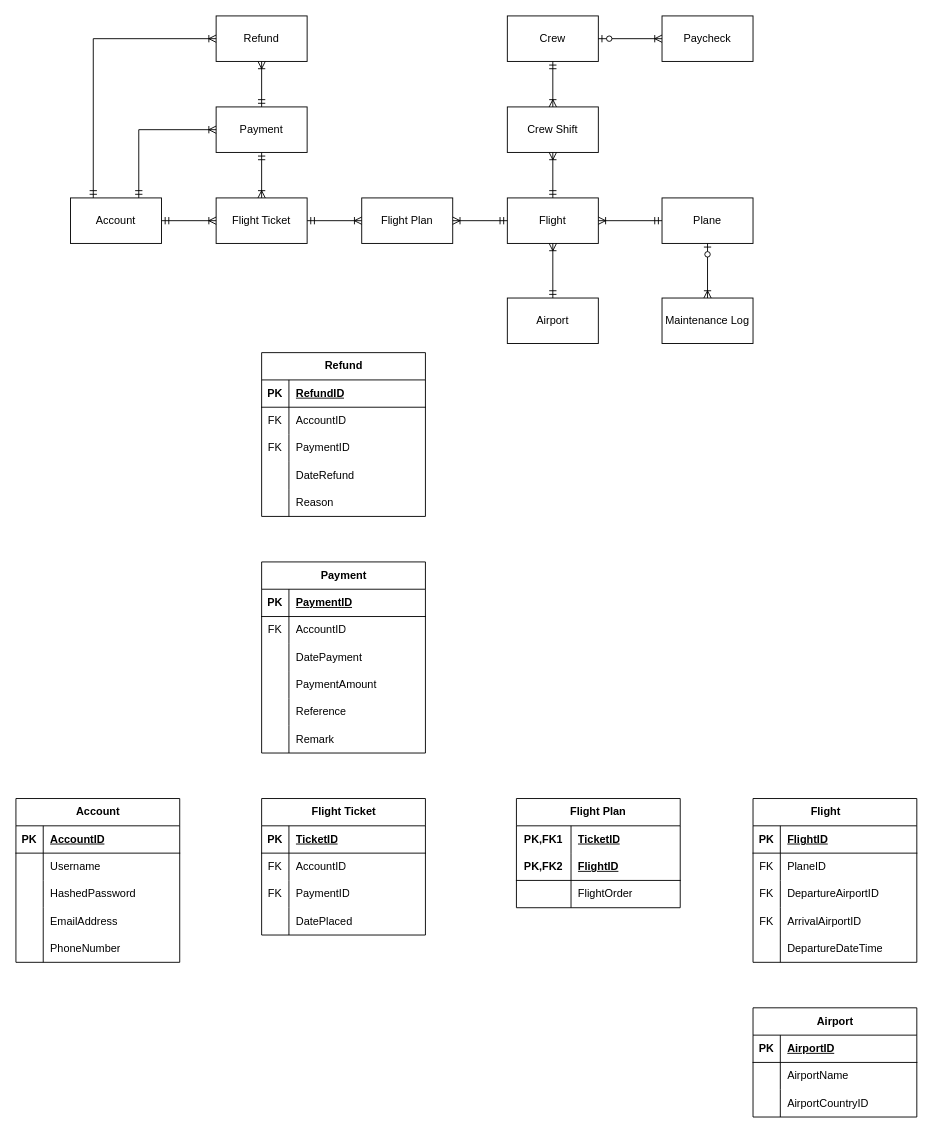
Above: erd_big.drawio in Poleric/database-design-assignment (draw.io), before the change. Source tidied: cells renumbered, new cells numbered last; positions are measured from the earlier drawing's top-left corner, leaving out a move shared by most shapes. Both pictures are drawn from the tidied source at 91%, with x=0, y=0 at pixel (15, 15).
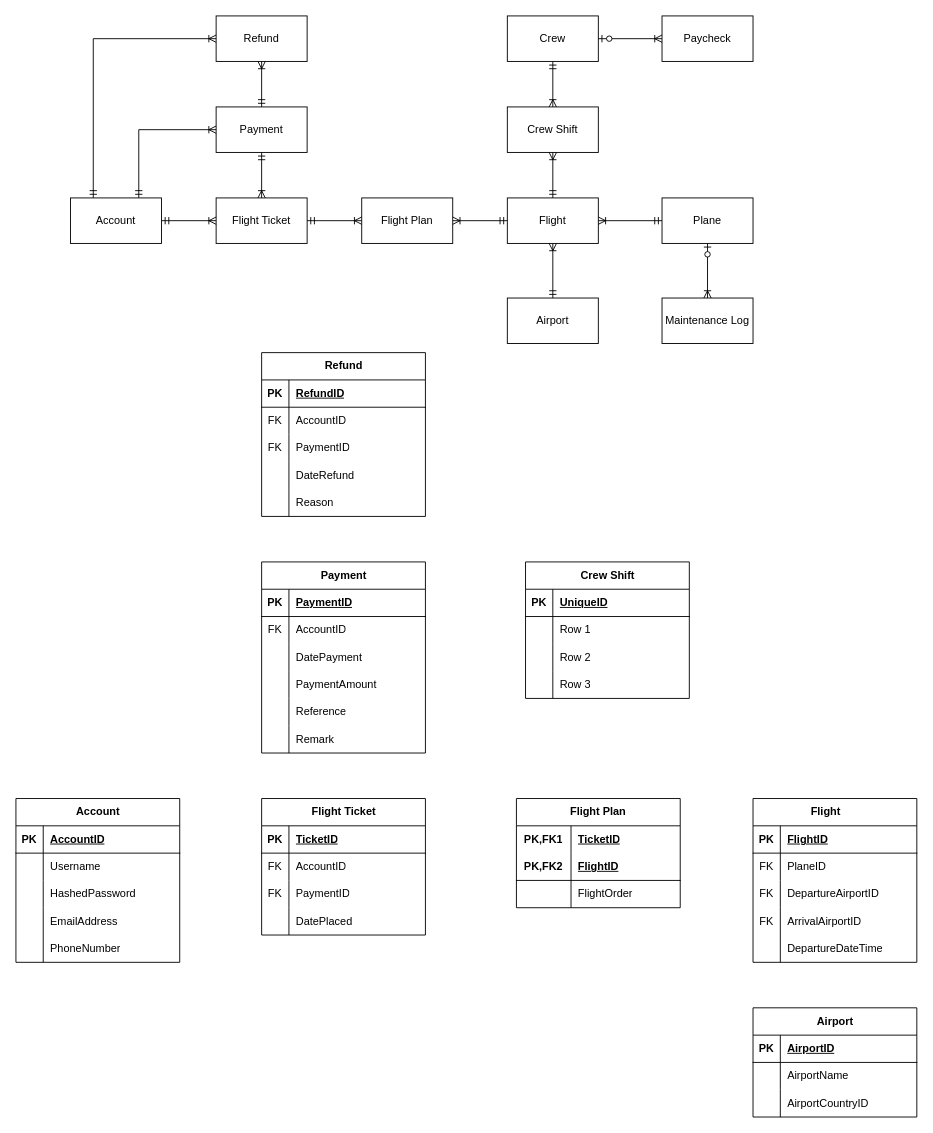
The same page after the edit.

The edit, as a diff of the source:
```diff
@@
+    <mxCell id="127" value="Crew Shift" style="shape=table;startSize=30;childLayout=tableLayout;rowLines=0;fontStyle=1;align=center;html=1;" parent="1" vertex="1">
+      <mxGeometry x="560" y="600" width="180" height="150" as="geometry" />
+    </mxCell>
+    <mxCell id="128" style="shape=tableRow;horizontal=0;startSize=0;swimlaneHead=0;swimlaneBody=0;fillColor=none;top=0;left=0;right=0;bottom=1;" parent="127" vertex="1">
+      <mxGeometry y="30" width="180" height="30" as="geometry" />
+    </mxCell>
+    <mxCell id="129" value="PK" style="shape=partialRectangle;fillColor=none;top=0;left=0;bottom=0;right=0;fontStyle=1;overflow=hidden;whiteSpace=wrap;html=1;" parent="128" vertex="1">
+      <mxGeometry width="30" height="30" as="geometry" />
+    </mxCell>
+    <mxCell id="130" value="UniqueID" style="shape=partialRectangle;fillColor=none;top=0;left=0;bottom=0;right=0;align=left;spacingLeft=6;fontStyle=5;overflow=hidden;whiteSpace=wrap;html=1;" parent="128" vertex="1">
+      <mxGeometry x="30" width="150" height="30" as="geometry" />
+    </mxCell>
+    <mxCell id="131" style="shape=tableRow;horizontal=0;startSize=0;swimlaneHead=0;swimlaneBody=0;fillColor=none;top=0;left=0;right=0;bottom=0;" parent="127" vertex="1">
+      <mxGeometry y="60" width="180" height="30" as="geometry" />
+    </mxCell>
+    <mxCell id="132" style="shape=partialRectangle;fillColor=none;top=0;left=0;bottom=0;right=0;overflow=hidden;whiteSpace=wrap;html=1;" parent="131" vertex="1">
+      <mxGeometry width="30" height="30" as="geometry" />
+    </mxCell>
+    <mxCell id="133" value="Row 1" style="shape=partialRectangle;fillColor=none;top=0;left=0;bottom=0;right=0;align=left;spacingLeft=6;overflow=hidden;whiteSpace=wrap;html=1;" parent="131" vertex="1">
+      <mxGeometry x="30" width="150" height="30" as="geometry" />
+    </mxCell>
+    <mxCell id="134" style="shape=tableRow;horizontal=0;startSize=0;swimlaneHead=0;swimlaneBody=0;fillColor=none;top=0;left=0;right=0;bottom=0;" parent="127" vertex="1">
+      <mxGeometry y="90" width="180" height="30" as="geometry" />
+    </mxCell>
+    <mxCell id="135" style="shape=partialRectangle;fillColor=none;top=0;left=0;bottom=0;right=0;overflow=hidden;whiteSpace=wrap;html=1;" parent="134" vertex="1">
+      <mxGeometry width="30" height="30" as="geometry" />
+    </mxCell>
+    <mxCell id="136" value="Row 2" style="shape=partialRectangle;fillColor=none;top=0;left=0;bottom=0;right=0;align=left;spacingLeft=6;overflow=hidden;whiteSpace=wrap;html=1;" parent="134" vertex="1">
+      <mxGeometry x="30" width="150" height="30" as="geometry" />
+    </mxCell>
+    <mxCell id="137" style="shape=tableRow;horizontal=0;startSize=0;swimlaneHead=0;swimlaneBody=0;fillColor=none;top=0;left=0;right=0;bottom=0;" parent="127" vertex="1">
+      <mxGeometry y="120" width="180" height="30" as="geometry" />
+    </mxCell>
+    <mxCell id="138" style="shape=partialRectangle;fillColor=none;top=0;left=0;bottom=0;right=0;overflow=hidden;whiteSpace=wrap;html=1;" parent="137" vertex="1">
+      <mxGeometry width="30" height="30" as="geometry" />
+    </mxCell>
+    <mxCell id="139" value="Row 3" style="shape=partialRectangle;fillColor=none;top=0;left=0;bottom=0;right=0;align=left;spacingLeft=6;overflow=hidden;whiteSpace=wrap;html=1;" parent="137" vertex="1">
+      <mxGeometry x="30" width="150" height="30" as="geometry" />
+    </mxCell>
```
